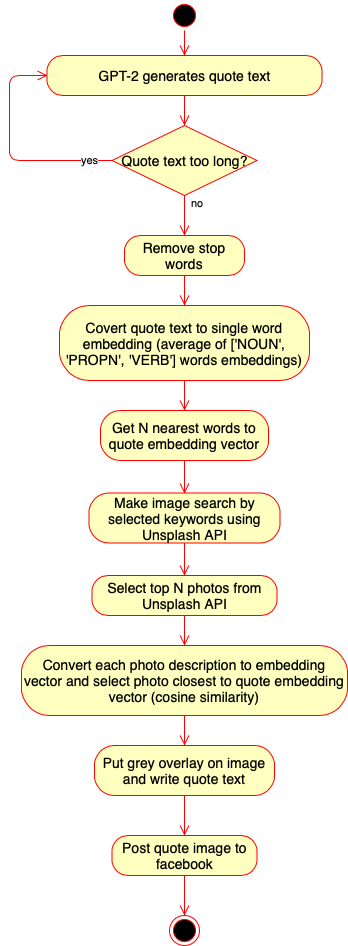
Above: docs/workflow.png in tomasrasymas/quote-me-ai (draw.io), before the change. Source tidied: cells renumbered, new cells last; positions are measured from the earlier drawing's top-left corner, leaving out a move shared by most shapes. The source it was exported from:
```xml
<mxGraphModel>
  <root>
    <mxCell id="0" />
    <mxCell id="1" parent="0" />
    <mxCell id="2" style="ellipse;html=1;shape=startState;fillColor=#000000;strokeColor=#ff0000;" parent="1" vertex="1">
      <mxGeometry x="160" width="30" height="30" as="geometry" />
    </mxCell>
    <mxCell id="3" style="edgeStyle=orthogonalEdgeStyle;html=1;verticalAlign=bottom;endArrow=open;endSize=8;strokeColor=#ff0000;entryX=0.5;entryY=0;entryDx=0;entryDy=0;" parent="1" edge="1" source="2" target="4">
      <mxGeometry relative="1" as="geometry" />
    </mxCell>
    <mxCell id="4" value="&lt;pre style=&quot;font-size: 14px;&quot;&gt;&lt;font face=&quot;Helvetica&quot; style=&quot;font-size: 14px;&quot;&gt;GPT-2 generates quote text&lt;/font&gt;&lt;/pre&gt;" style="rounded=1;whiteSpace=wrap;html=1;arcSize=40;fontColor=#000000;fillColor=#ffffc0;strokeColor=#ff0000;fontSize=14;" parent="1" vertex="1">
      <mxGeometry x="37.5" y="55" width="275" height="40" as="geometry" />
    </mxCell>
    <mxCell id="5" style="edgeStyle=orthogonalEdgeStyle;html=1;verticalAlign=bottom;endArrow=open;endSize=8;strokeColor=#ff0000;entryX=0.5;entryY=0;entryDx=0;entryDy=0;" parent="1" edge="1" source="4" target="6">
      <mxGeometry relative="1" as="geometry" />
    </mxCell>
    <mxCell id="6" value="Quote text too long?" style="rhombus;whiteSpace=wrap;html=1;fillColor=#ffffc0;strokeColor=#ff0000;fontSize=14;" parent="1" vertex="1">
      <mxGeometry x="102.5" y="125" width="145" height="70" as="geometry" />
    </mxCell>
    <mxCell id="7" value="no" style="edgeStyle=orthogonalEdgeStyle;html=1;align=left;verticalAlign=bottom;endArrow=open;endSize=8;strokeColor=#ff0000;entryX=0.5;entryY=0;entryDx=0;entryDy=0;" parent="1" edge="1" source="6" target="9">
      <mxGeometry x="-0.2" y="5" relative="1" as="geometry" />
    </mxCell>
    <mxCell id="8" value="yes" style="edgeStyle=orthogonalEdgeStyle;html=1;align=left;verticalAlign=top;endArrow=open;endSize=8;strokeColor=#ff0000;entryX=0;entryY=0.5;entryDx=0;entryDy=0;exitX=0;exitY=0.5;exitDx=0;exitDy=0;" parent="1" edge="1" source="6" target="4">
      <mxGeometry x="0.04" y="-70" relative="1" as="geometry">
        <Array as="points">
          <mxPoint y="160" />
          <mxPoint y="75" />
        </Array>
        <mxPoint y="1" as="offset" />
      </mxGeometry>
    </mxCell>
    <mxCell id="9" value="Remove stop words" style="rounded=1;whiteSpace=wrap;html=1;arcSize=40;fontColor=#000000;fillColor=#ffffc0;strokeColor=#ff0000;fontSize=14;" parent="1" vertex="1">
      <mxGeometry x="115" y="235" width="120" height="40" as="geometry" />
    </mxCell>
    <mxCell id="10" style="edgeStyle=orthogonalEdgeStyle;html=1;verticalAlign=bottom;endArrow=open;endSize=8;strokeColor=#ff0000;entryX=0.5;entryY=0;entryDx=0;entryDy=0;" parent="1" edge="1" source="9" target="11">
      <mxGeometry relative="1" as="geometry" />
    </mxCell>
    <mxCell id="11" value="Covert quote text to single word embedding (average of&amp;nbsp;&lt;span style=&quot;font-size: 14px;&quot;&gt;[&lt;/span&gt;&lt;span style=&quot;font-size: 14px;&quot;&gt;'NOUN'&lt;/span&gt;&lt;span style=&quot;font-size: 14px;&quot;&gt;, &lt;/span&gt;&lt;span style=&quot;font-size: 14px;&quot;&gt;'PROPN'&lt;/span&gt;&lt;span style=&quot;font-size: 14px;&quot;&gt;, &lt;/span&gt;&lt;span style=&quot;font-size: 14px;&quot;&gt;'VERB'&lt;/span&gt;&lt;span style=&quot;font-size: 14px;&quot;&gt;] words embeddings)&lt;/span&gt;" style="rounded=1;whiteSpace=wrap;html=1;arcSize=40;fontColor=#000000;fillColor=#ffffc0;strokeColor=#ff0000;fontSize=14;" parent="1" vertex="1">
      <mxGeometry x="50" y="305" width="250" height="75" as="geometry" />
    </mxCell>
    <mxCell id="12" style="edgeStyle=orthogonalEdgeStyle;html=1;verticalAlign=bottom;endArrow=open;endSize=8;strokeColor=#ff0000;entryX=0.5;entryY=0;entryDx=0;entryDy=0;" parent="1" edge="1" source="11" target="13">
      <mxGeometry relative="1" as="geometry">
        <Array as="points">
          <mxPoint x="175" y="440" />
          <mxPoint x="150" y="440" />
        </Array>
      </mxGeometry>
    </mxCell>
    <mxCell id="13" value="Get N nearest words to quote embedding vector" style="rounded=1;whiteSpace=wrap;html=1;arcSize=40;fontColor=#000000;fillColor=#ffffc0;strokeColor=#ff0000;fontSize=14;" parent="1" vertex="1">
      <mxGeometry x="91" y="410" width="168" height="50" as="geometry" />
    </mxCell>
    <mxCell id="14" style="edgeStyle=orthogonalEdgeStyle;html=1;verticalAlign=bottom;endArrow=open;endSize=8;strokeColor=#ff0000;entryX=0.5;entryY=0;entryDx=0;entryDy=0;" parent="1" edge="1" source="13" target="15">
      <mxGeometry relative="1" as="geometry" />
    </mxCell>
    <mxCell id="15" value="Make image search by selected keywords using Unsplash API" style="rounded=1;whiteSpace=wrap;html=1;arcSize=40;fontColor=#000000;fillColor=#ffffc0;strokeColor=#ff0000;fontSize=14;" parent="1" vertex="1">
      <mxGeometry x="79.5" y="492.5" width="191" height="50" as="geometry" />
    </mxCell>
    <mxCell id="16" style="edgeStyle=orthogonalEdgeStyle;html=1;verticalAlign=bottom;endArrow=open;endSize=8;strokeColor=#ff0000;entryX=0.5;entryY=0;entryDx=0;entryDy=0;" parent="1" edge="1" source="15" target="17">
      <mxGeometry relative="1" as="geometry" />
    </mxCell>
    <mxCell id="17" value="Select top N photos from Unsplash API" style="rounded=1;whiteSpace=wrap;html=1;arcSize=40;fontColor=#000000;fillColor=#ffffc0;strokeColor=#ff0000;fontSize=14;" parent="1" vertex="1">
      <mxGeometry x="82.5" y="575" width="185" height="40" as="geometry" />
    </mxCell>
    <mxCell id="18" style="edgeStyle=orthogonalEdgeStyle;html=1;verticalAlign=bottom;endArrow=open;endSize=8;strokeColor=#ff0000;entryX=0.5;entryY=0;entryDx=0;entryDy=0;" parent="1" edge="1" source="17" target="19">
      <mxGeometry relative="1" as="geometry" />
    </mxCell>
    <mxCell id="19" value="Convert each photo description to embedding vector and select photo closest to quote embedding vector (cosine similarity)" style="rounded=1;whiteSpace=wrap;html=1;arcSize=40;fontColor=#000000;fillColor=#ffffc0;strokeColor=#ff0000;fontSize=14;" parent="1" vertex="1">
      <mxGeometry x="12" y="645" width="326" height="70" as="geometry" />
    </mxCell>
    <mxCell id="20" style="edgeStyle=orthogonalEdgeStyle;html=1;verticalAlign=bottom;endArrow=open;endSize=8;strokeColor=#ff0000;entryX=0.5;entryY=0;entryDx=0;entryDy=0;" parent="1" edge="1" source="19" target="21">
      <mxGeometry relative="1" as="geometry" />
    </mxCell>
    <mxCell id="21" value="Put grey overlay on image and write quote text" style="rounded=1;whiteSpace=wrap;html=1;arcSize=40;fontColor=#000000;fillColor=#ffffc0;strokeColor=#ff0000;fontSize=14;" parent="1" vertex="1">
      <mxGeometry x="85" y="745" width="180" height="50" as="geometry" />
    </mxCell>
    <mxCell id="22" style="edgeStyle=orthogonalEdgeStyle;html=1;verticalAlign=bottom;endArrow=open;endSize=8;strokeColor=#ff0000;entryX=0.5;entryY=0;entryDx=0;entryDy=0;" parent="1" edge="1" source="21" target="23">
      <mxGeometry relative="1" as="geometry" />
    </mxCell>
    <mxCell id="23" value="Post quote image to facebook" style="rounded=1;whiteSpace=wrap;html=1;arcSize=40;fontColor=#000000;fillColor=#ffffc0;strokeColor=#ff0000;fontSize=14;" parent="1" vertex="1">
      <mxGeometry x="102.5" y="835" width="145" height="40" as="geometry" />
    </mxCell>
    <mxCell id="24" style="edgeStyle=orthogonalEdgeStyle;html=1;verticalAlign=bottom;endArrow=open;endSize=8;strokeColor=#ff0000;entryX=0.5;entryY=0;entryDx=0;entryDy=0;" parent="1" edge="1" source="23" target="25">
      <mxGeometry relative="1" as="geometry" />
    </mxCell>
    <mxCell id="25" style="ellipse;html=1;shape=endState;fillColor=#000000;strokeColor=#ff0000;" parent="1" vertex="1">
      <mxGeometry x="160" y="915" width="30" height="30" as="geometry" />
    </mxCell>
  </root>
</mxGraphModel>
```
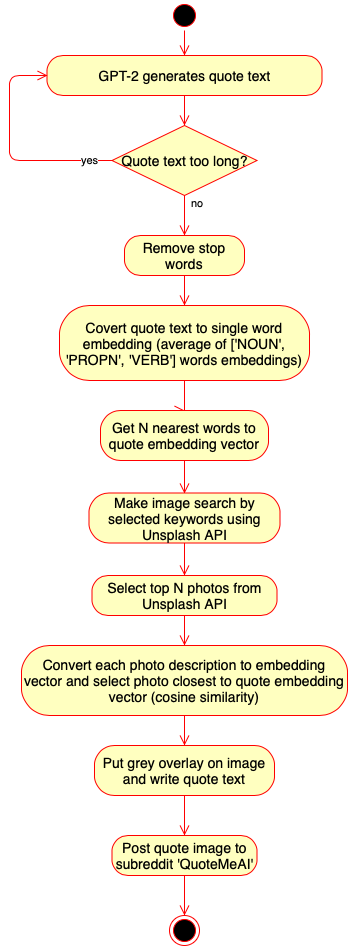
The same file after the commit.

Commit message:
Facebook to reddit

Diff of the diagram source:
```diff
@@ -76,7 +76,7 @@
     <mxCell id="22" style="edgeStyle=orthogonalEdgeStyle;html=1;verticalAlign=bottom;endArrow=open;endSize=8;strokeColor=#ff0000;entryX=0.5;entryY=0;entryDx=0;entryDy=0;" parent="1" edge="1" source="21" target="23">
       <mxGeometry relative="1" as="geometry" />
     </mxCell>
-    <mxCell id="23" value="Post quote image to facebook" style="rounded=1;whiteSpace=wrap;html=1;arcSize=40;fontColor=#000000;fillColor=#ffffc0;strokeColor=#ff0000;fontSize=14;" parent="1" vertex="1">
+    <mxCell id="23" value="Post quote image to subreddit 'QuoteMeAI'" style="rounded=1;whiteSpace=wrap;html=1;arcSize=40;fontColor=#000000;fillColor=#ffffc0;strokeColor=#ff0000;fontSize=14;" parent="1" vertex="1">
       <mxGeometry x="102.5" y="835" width="145" height="40" as="geometry" />
     </mxCell>
     <mxCell id="24" style="edgeStyle=orthogonalEdgeStyle;html=1;verticalAlign=bottom;endArrow=open;endSize=8;strokeColor=#ff0000;entryX=0.5;entryY=0;entryDx=0;entryDy=0;" parent="1" edge="1" source="23" target="25">
```
